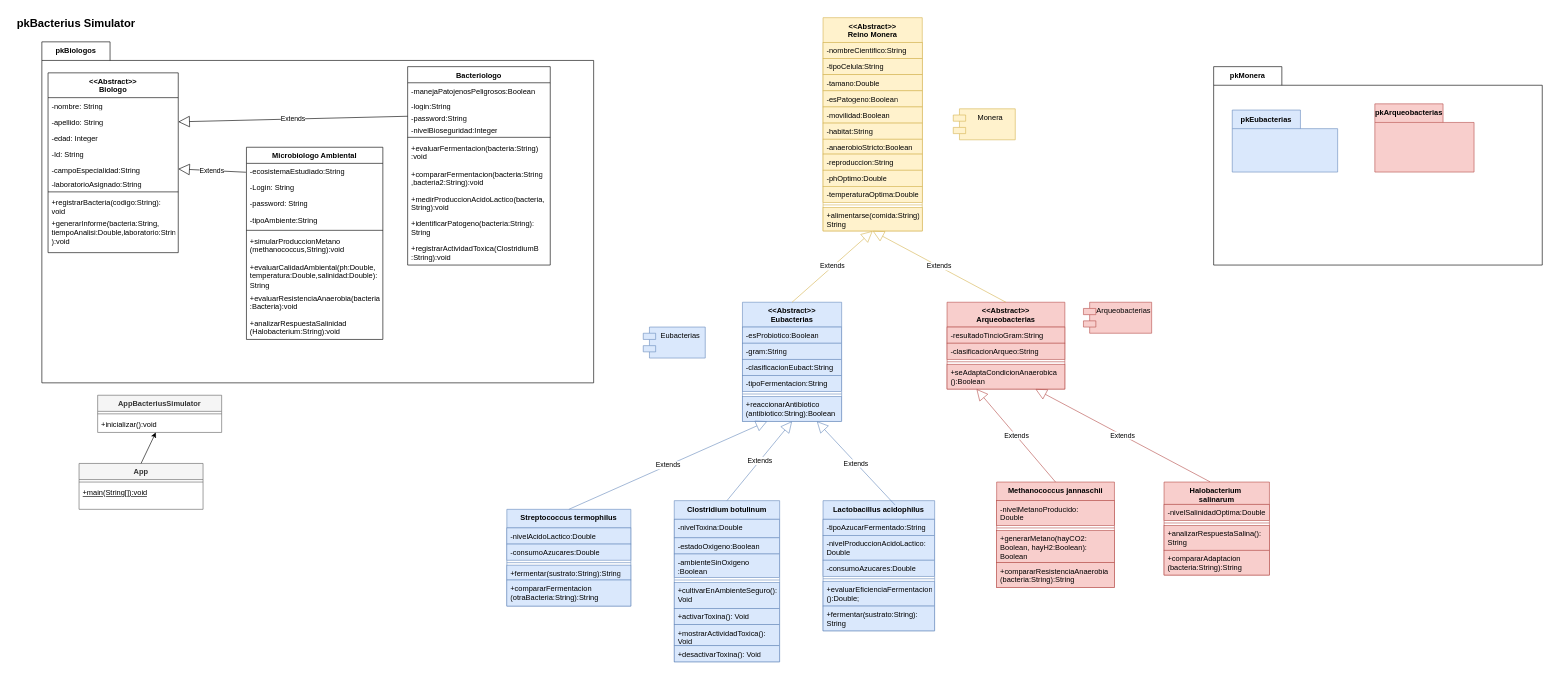
C-b4s/GrupoCinco_ReinoMonera keeps this draw.io diagram as Design/ClassDiagrama.drawio. Above is the earlier version. Source tidied: cells renumbered, new cells numbered last; positions are measured from the earlier drawing's top-left corner, leaving out a move shared by most shapes. Both pictures are drawn from the tidied source at 62%, with x=0, y=0 at pixel (11, 11).
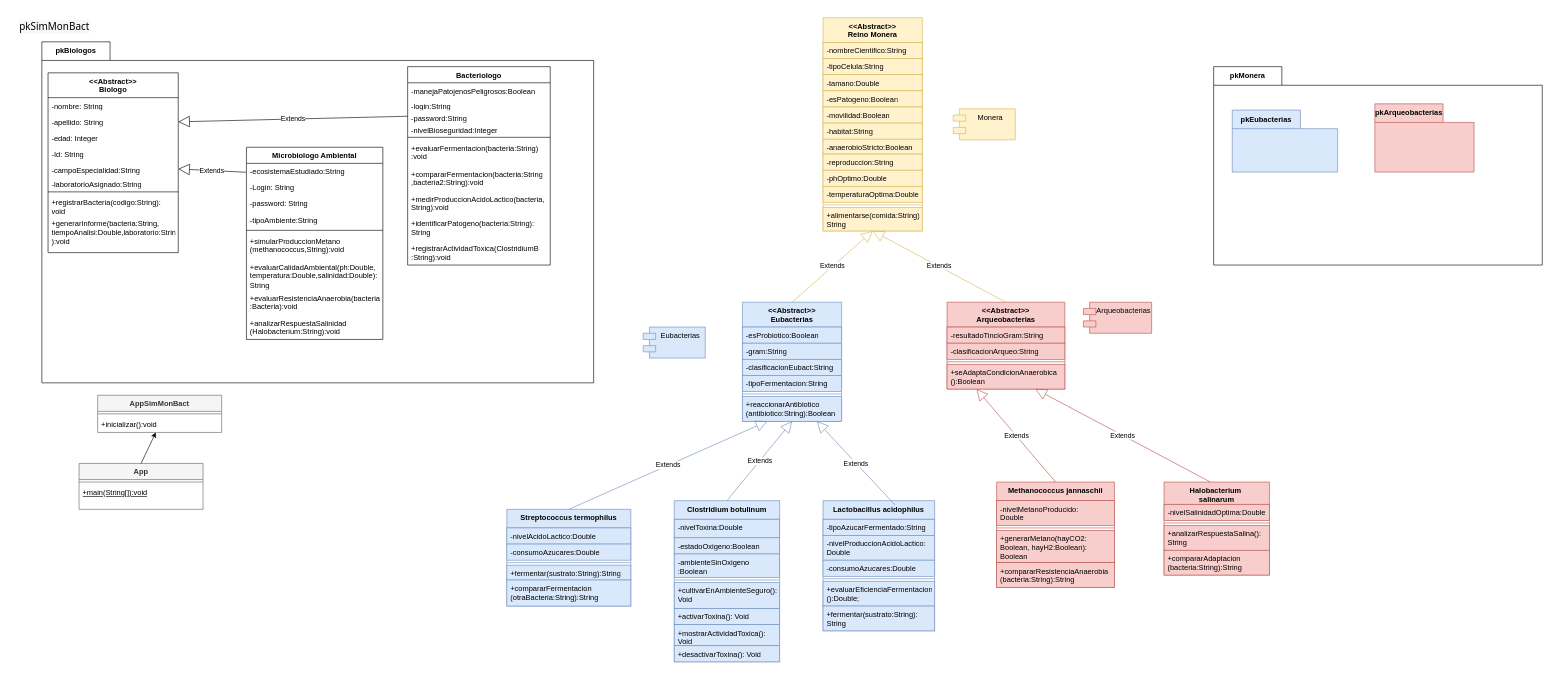
The same diagram, later.

Change to the diagram source:
```diff
@@
-    <mxCell id="36" value="AppBacteriusSimulator" style="swimlane;fontStyle=1;align=center;verticalAlign=top;horizontal=1;startSize=26;whiteSpace=wrap;html=1;fillColor=#f5f5f5;fontColor=#333333;strokeColor=#666666;" parent="1" vertex="1">
+    <mxCell id="36" value="AppSimMonBact" style="swimlane;fontStyle=1;align=center;verticalAlign=top;horizontal=1;startSize=26;whiteSpace=wrap;html=1;fillColor=#f5f5f5;fontColor=#333333;strokeColor=#666666;" parent="1" vertex="1">
       <mxGeometry x="140" y="620" width="200" height="60" as="geometry" />
     </mxCell>
@@
-    <mxCell id="105" value="&lt;b&gt;&lt;font style=&quot;font-size: 18px;&quot;&gt;pkBacterius Simulator&lt;/font&gt;&lt;/b&gt;" style="text;html=1;align=center;verticalAlign=middle;strokeColor=none;fillColor=none;" parent="1" vertex="1">
-      <mxGeometry width="210" height="40" as="geometry" />
+    <mxCell id="105" value="&lt;span style=&quot;font-family: &amp;quot;gg sans&amp;quot;, &amp;quot;Noto Sans&amp;quot;, &amp;quot;Helvetica Neue&amp;quot;, Helvetica, Arial, sans-serif; font-size: 16px; text-align: left; white-space: break-spaces; background-color: oklab(0.678888 0.00325716 -0.011175 / 0.0784314);&quot;&gt;&lt;font style=&quot;color: rgb(0, 0, 0);&quot;&gt;pkSimMonBact&lt;/font&gt;&lt;/span&gt;" style="text;html=1;align=center;verticalAlign=middle;strokeColor=none;fillColor=none;" parent="1" vertex="1">
+      <mxGeometry x="5" y="11" width="130" height="30" as="geometry" />
     </mxCell>
```
